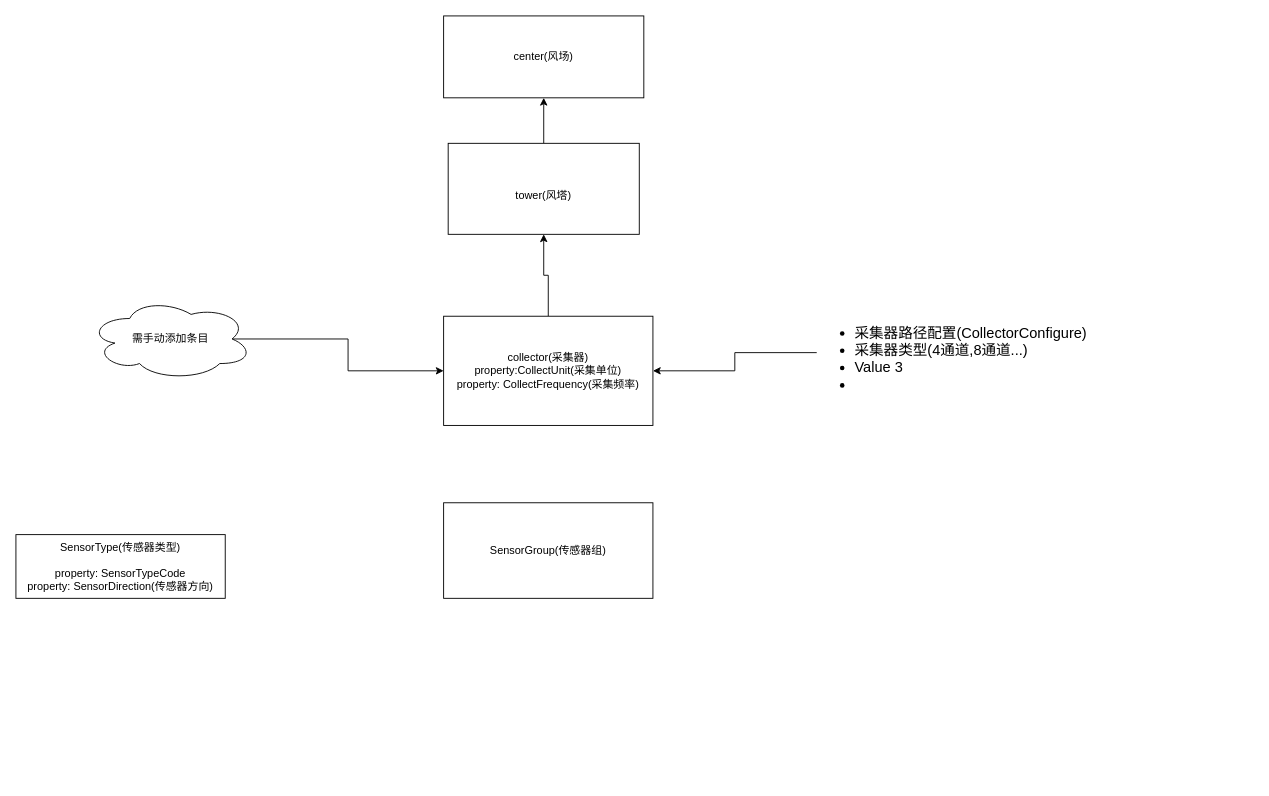
Before: 监测系统配置信息.drawio in spinoza1989/drawIO, a draw.io diagram. Source tidied: cells renumbered, new cells numbered last; positions are measured from the earlier drawing's top-left corner, leaving out a move shared by most shapes. Both pictures are drawn from the tidied source at 91%, with x=0, y=0 at pixel (15, 15).
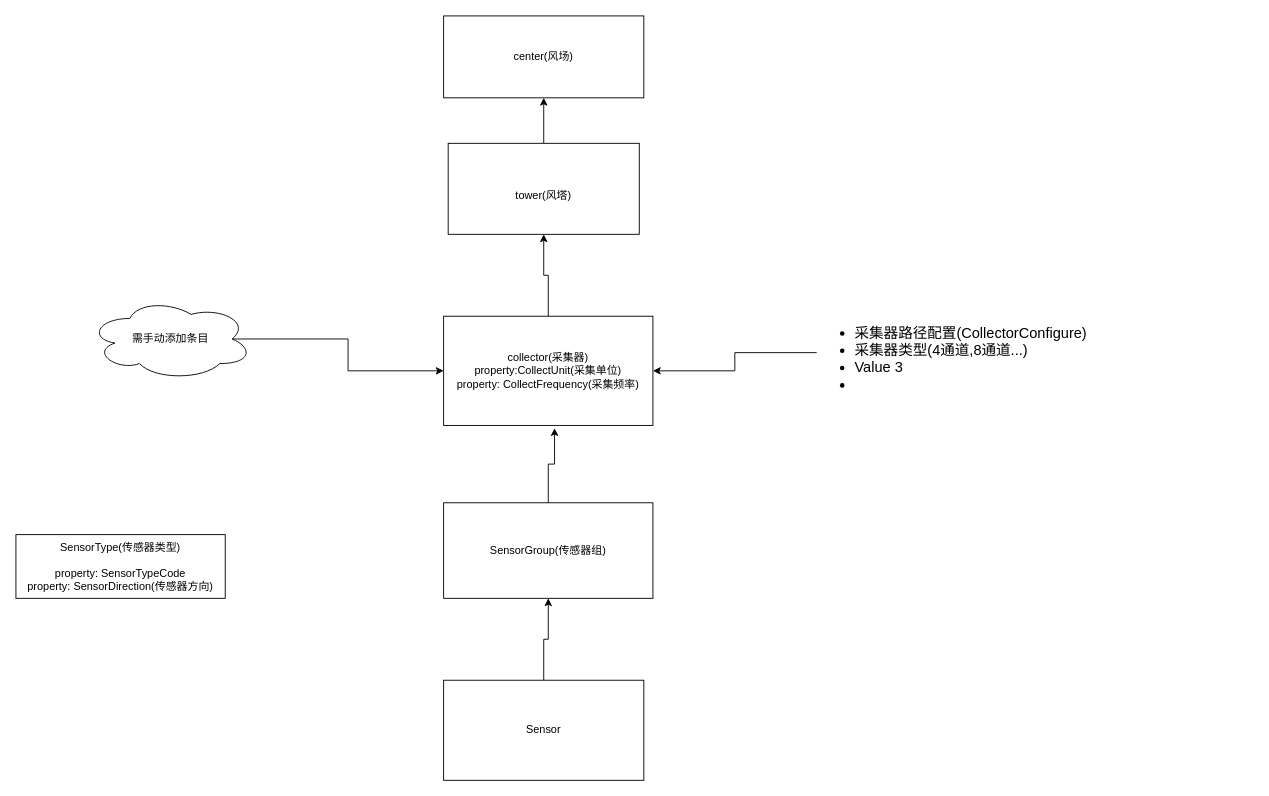
The same diagram, later.

Commit message (it also covers changes not shown here):
Update 监测系统配置信息.drawio

Diff of the diagram source:
```diff
@@
 <mxGraphModel>
   <root>
     <mxCell id="0" />
     <mxCell id="1" parent="0" />
     <mxCell id="2" value="center(风场)" style="rounded=0;whiteSpace=wrap;html=1;" parent="1" vertex="1">
       <mxGeometry x="470" width="220" height="90" as="geometry" />
     </mxCell>
     <mxCell id="3" style="edgeStyle=orthogonalEdgeStyle;rounded=0;jettySize=auto;html=1;exitX=0.5;exitY=0;exitDx=0;exitDy=0;entryX=0.5;entryY=1;entryDx=0;entryDy=0;" parent="1" edge="1" source="4" target="2">
       <mxGeometry relative="1" as="geometry" />
     </mxCell>
     <mxCell id="4" value="&lt;div&gt;&lt;br&gt;&lt;/div&gt;tower(风塔&lt;span style=&quot;background-color: transparent; color: light-dark(rgb(0, 0, 0), rgb(255, 255, 255));&quot;&gt;)&lt;/span&gt;" style="rounded=0;whiteSpace=wrap;html=1;" parent="1" vertex="1">
       <mxGeometry x="475" y="140" width="210" height="100" as="geometry" />
     </mxCell>
     <mxCell id="5" style="edgeStyle=orthogonalEdgeStyle;rounded=0;jettySize=auto;html=1;exitX=0.5;exitY=0;exitDx=0;exitDy=0;entryX=0.5;entryY=1;entryDx=0;entryDy=0;" parent="1" edge="1" source="6" target="4">
       <mxGeometry relative="1" as="geometry" />
     </mxCell>
     <mxCell id="6" value="&lt;div&gt;collector(采集器)&lt;/div&gt;&lt;div&gt;property:CollectUnit(采集单位)&lt;/div&gt;&lt;div&gt;property:&amp;nbsp;CollectFrequency(采集频率)&lt;/div&gt;" style="rounded=0;whiteSpace=wrap;html=1;" parent="1" vertex="1">
       <mxGeometry x="470" y="330" width="230" height="120" as="geometry" />
     </mxCell>
     <mxCell id="7" style="edgeStyle=orthogonalEdgeStyle;rounded=0;jettySize=auto;html=1;exitX=0.875;exitY=0.5;exitDx=0;exitDy=0;exitPerimeter=0;entryX=0;entryY=0.5;entryDx=0;entryDy=0;" parent="1" edge="1" source="8" target="6">
       <mxGeometry relative="1" as="geometry" />
     </mxCell>
     <mxCell id="8" value="&lt;div&gt;&lt;br&gt;&lt;/div&gt;&lt;div&gt;&lt;br&gt;&lt;/div&gt;需手动添加条目&lt;div&gt;&lt;br&gt;&lt;div&gt;&lt;br&gt;&lt;/div&gt;&lt;/div&gt;" style="ellipse;shape=cloud;whiteSpace=wrap;html=1;" parent="1" vertex="1">
       <mxGeometry x="80" y="310" width="180" height="90" as="geometry" />
     </mxCell>
     <mxCell id="9" style="edgeStyle=orthogonalEdgeStyle;rounded=0;jettySize=auto;html=1;exitX=0;exitY=0.5;exitDx=0;exitDy=0;" parent="1" edge="1" source="10" target="6">
       <mxGeometry relative="1" as="geometry" />
     </mxCell>
     <mxCell id="10" value="&lt;ul&gt;&lt;li&gt;采集器路径配置(CollectorConfigure)&lt;/li&gt;&lt;li&gt;采集器类型(4通道,8通道...)&lt;/li&gt;&lt;li&gt;Value 3&lt;/li&gt;&lt;li&gt;&lt;br&gt;&lt;/li&gt;&lt;/ul&gt;" style="text;strokeColor=none;fillColor=none;html=1;whiteSpace=wrap;verticalAlign=middle;overflow=hidden;fontSize=16;" parent="1" vertex="1">
       <mxGeometry x="880" y="320" width="480" height="100" as="geometry" />
     </mxCell>
     <mxCell id="11" value="SensorType(传感器类型)&lt;div&gt;&lt;br&gt;&lt;/div&gt;&lt;div&gt;property: SensorTypeCode&lt;/div&gt;&lt;div&gt;property:&amp;nbsp;SensorDirection(传感器方向)&lt;/div&gt;" style="rounded=0;whiteSpace=wrap;html=1;" parent="1" vertex="1">
       <mxGeometry y="570" width="230" height="70" as="geometry" />
     </mxCell>
     <mxCell id="12" value="SensorGroup(传感器组&lt;span style=&quot;background-color: transparent; color: light-dark(rgb(0, 0, 0), rgb(255, 255, 255));&quot;&gt;)&lt;/span&gt;" style="rounded=0;whiteSpace=wrap;html=1;" parent="1" vertex="1">
       <mxGeometry x="470" y="535" width="230" height="105" as="geometry" />
     </mxCell>
+    <mxCell id="13" style="edgeStyle=orthogonalEdgeStyle;rounded=0;jettySize=auto;html=1;exitX=0.5;exitY=0;exitDx=0;exitDy=0;entryX=0.53;entryY=1.025;entryDx=0;entryDy=0;entryPerimeter=0;" parent="1" edge="1" source="12" target="6">
+      <mxGeometry relative="1" as="geometry" />
+    </mxCell>
+    <mxCell id="14" style="edgeStyle=orthogonalEdgeStyle;rounded=0;jettySize=auto;html=1;exitX=0.5;exitY=0;exitDx=0;exitDy=0;entryX=0.5;entryY=1;entryDx=0;entryDy=0;" parent="1" edge="1" source="15" target="12">
+      <mxGeometry relative="1" as="geometry" />
+    </mxCell>
+    <mxCell id="15" value="Sensor" style="rounded=0;whiteSpace=wrap;html=1;" parent="1" vertex="1">
+      <mxGeometry x="470" y="730" width="220" height="110" as="geometry" />
+    </mxCell>
   </root>
 </mxGraphModel>
```
